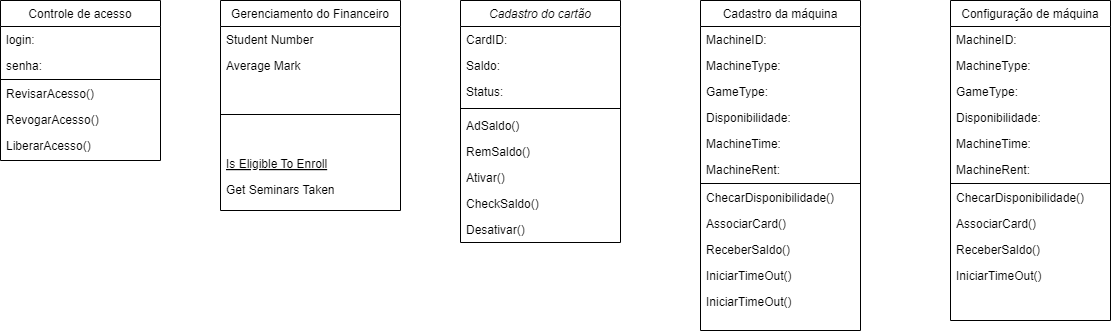
The draw.io diagram Diagrama de Classe.drawio.png in Hevee06/Projetos_Diagrama.oi, before a commit. Source tidied: cells renumbered, new cells last; positions are measured from the earlier drawing's top-left corner, leaving out a move shared by most shapes.
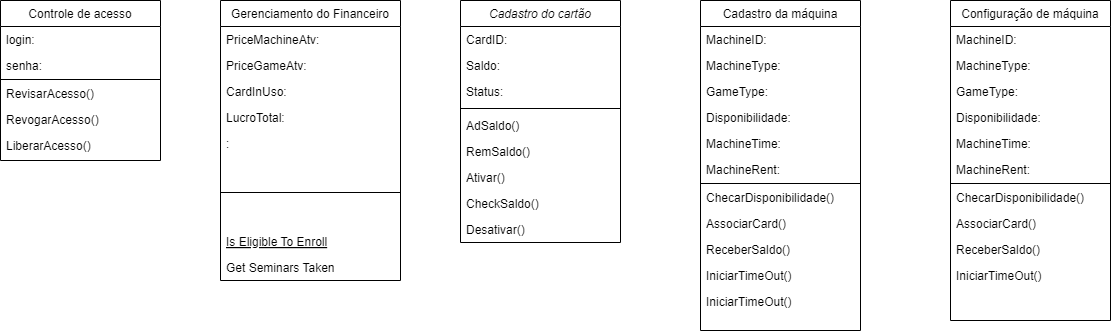
After the change.

The edit, as a diff of the source:
```diff
@@ -33,22 +33,31 @@
       <mxGeometry y="216" width="160" height="26" as="geometry" />
     </mxCell>
     <mxCell id="12" value="Gerenciamento do Financeiro" style="swimlane;fontStyle=0;align=center;verticalAlign=top;horizontal=1;startSize=26;rounded=0;shadow=0;strokeWidth=1;" parent="1" vertex="1">
-      <mxGeometry x="220" width="180" height="210" as="geometry" />
+      <mxGeometry x="220" width="180" height="280" as="geometry" />
     </mxCell>
-    <mxCell id="13" value="Student Number" style="text;align=left;verticalAlign=top;spacingLeft=4;spacingRight=4;overflow=hidden;" parent="12" vertex="1">
+    <mxCell id="13" value="PriceMachineAtv:" style="text;align=left;verticalAlign=top;spacingLeft=4;spacingRight=4;overflow=hidden;" parent="12" vertex="1">
       <mxGeometry y="26" width="180" height="26" as="geometry" />
     </mxCell>
-    <mxCell id="14" value="Average Mark" style="text;align=left;verticalAlign=top;spacingLeft=4;spacingRight=4;overflow=hidden;rounded=0;shadow=0;html=0;" parent="12" vertex="1">
-      <mxGeometry y="52" width="180" height="26" as="geometry" />
-    </mxCell>
+    <mxCell id="50" value="PriceGameAtv:" style="text;align=left;verticalAlign=top;spacingLeft=4;spacingRight=4;overflow=hidden;" parent="12" vertex="1">
+      <mxGeometry y="52" width="180" height="26" as="geometry" />
+    </mxCell>
+    <mxCell id="51" value="CardInUso:" style="text;align=left;verticalAlign=top;spacingLeft=4;spacingRight=4;overflow=hidden;" parent="12" vertex="1">
+      <mxGeometry y="78" width="180" height="26" as="geometry" />
+    </mxCell>
+    <mxCell id="52" value="LucroTotal:" style="text;align=left;verticalAlign=top;spacingLeft=4;spacingRight=4;overflow=hidden;" parent="12" vertex="1">
+      <mxGeometry y="104" width="180" height="26" as="geometry" />
+    </mxCell>
+    <mxCell id="53" value=":" style="text;align=left;verticalAlign=top;spacingLeft=4;spacingRight=4;overflow=hidden;" parent="12" vertex="1">
+      <mxGeometry y="130" width="180" height="26" as="geometry" />
+    </mxCell>
     <mxCell id="15" style="line;html=1;strokeWidth=1;align=left;verticalAlign=middle;spacingTop=-1;spacingLeft=3;spacingRight=3;labelPosition=right;" parent="12" vertex="1">
-      <mxGeometry y="78" width="180" height="72" as="geometry" />
+      <mxGeometry y="156" width="180" height="72" as="geometry" />
     </mxCell>
     <mxCell id="16" value="Is Eligible To Enroll" style="text;align=left;verticalAlign=top;spacingLeft=4;spacingRight=4;overflow=hidden;fontStyle=4;" parent="12" vertex="1">
-      <mxGeometry y="150" width="180" height="26" as="geometry" />
+      <mxGeometry y="228" width="180" height="26" as="geometry" />
     </mxCell>
     <mxCell id="17" value="Get Seminars Taken" style="text;align=left;verticalAlign=top;spacingLeft=4;spacingRight=4;overflow=hidden;" parent="12" vertex="1">
-      <mxGeometry y="176" width="180" height="26" as="geometry" />
+      <mxGeometry y="254" width="180" height="26" as="geometry" />
     </mxCell>
     <mxCell id="18" value="Controle de acesso" style="swimlane;fontStyle=0;align=center;verticalAlign=top;horizontal=1;startSize=26;rounded=0;shadow=0;strokeWidth=1;" parent="1" vertex="1">
       <mxGeometry width="160" height="160" as="geometry" />
```
